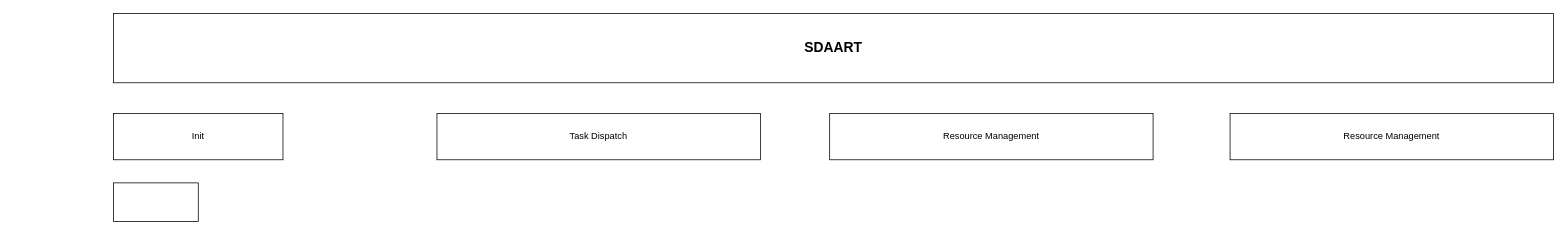
Above: 未命名绘图.drawio in takohack/CS61A_fall (draw.io), before the change. Source tidied: cells renumbered, new cells numbered last; positions are measured from the earlier drawing's top-left corner, leaving out a move shared by most shapes. Both pictures are drawn from the tidied source at 77%, with x=0, y=0 at pixel (113, 13).
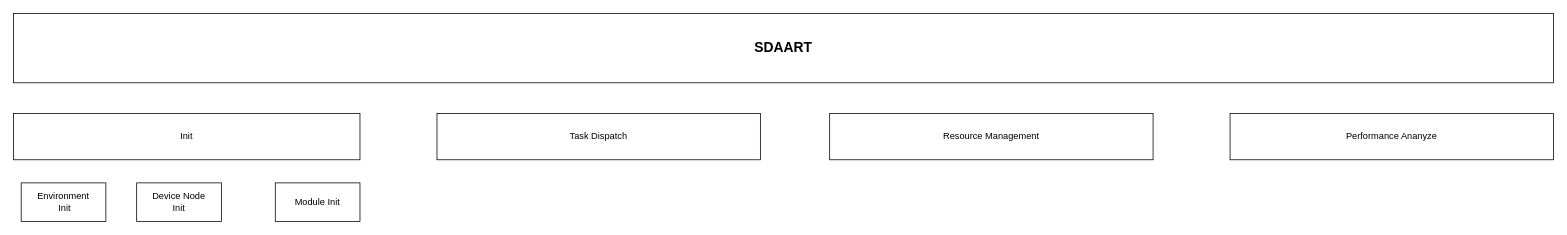
Above is the later version.

Commit message:
更新未命名绘图.drawio

Diff of the diagram source:
```diff
@@
 <mxGraphModel>
   <root>
     <mxCell id="0" />
     <mxCell id="1" parent="0" />
     <mxCell id="2" value="&lt;b&gt;&lt;font style=&quot;font-size: 18px;&quot;&gt;SDAART&lt;/font&gt;&lt;/b&gt;" style="rounded=0;whiteSpace=wrap;html=1;" parent="1" vertex="1">
-      <mxGeometry width="1870" height="90" as="geometry" />
+      <mxGeometry x="-130" width="2000" height="90" as="geometry" />
     </mxCell>
     <mxCell id="3" value="Init" style="rounded=0;whiteSpace=wrap;html=1;" parent="1" vertex="1">
-      <mxGeometry y="130" width="220" height="60" as="geometry" />
+      <mxGeometry x="-130" y="130" width="450" height="60" as="geometry" />
     </mxCell>
     <mxCell id="4" value="Task Dispatch" style="rounded=0;whiteSpace=wrap;html=1;" parent="1" vertex="1">
       <mxGeometry x="420" y="130" width="420" height="60" as="geometry" />
     </mxCell>
     <mxCell id="5" value="Resource Management" style="rounded=0;whiteSpace=wrap;html=1;" parent="1" vertex="1">
       <mxGeometry x="930" y="130" width="420" height="60" as="geometry" />
     </mxCell>
-    <mxCell id="6" value="Resource Management" style="rounded=0;whiteSpace=wrap;html=1;" parent="1" vertex="1">
+    <mxCell id="6" value="Performance Ananyze" style="rounded=0;whiteSpace=wrap;html=1;" parent="1" vertex="1">
       <mxGeometry x="1450" y="130" width="420" height="60" as="geometry" />
     </mxCell>
-    <mxCell id="7" style="rounded=0;whiteSpace=wrap;html=1;" parent="1" vertex="1">
-      <mxGeometry y="220" width="110" height="50" as="geometry" />
+    <mxCell id="7" value="Environment&lt;br&gt;&amp;nbsp;Init" style="rounded=0;whiteSpace=wrap;html=1;" parent="1" vertex="1">
+      <mxGeometry x="-120" y="220" width="110" height="50" as="geometry" />
     </mxCell>
+    <mxCell id="8" value="Device Node&lt;br&gt;Init" style="rounded=0;whiteSpace=wrap;html=1;" parent="1" vertex="1">
+      <mxGeometry x="30" y="220" width="110" height="50" as="geometry" />
+    </mxCell>
+    <mxCell id="9" value="Module Init" style="rounded=0;whiteSpace=wrap;html=1;" parent="1" vertex="1">
+      <mxGeometry x="210" y="220" width="110" height="50" as="geometry" />
+    </mxCell>
   </root>
 </mxGraphModel>
```
